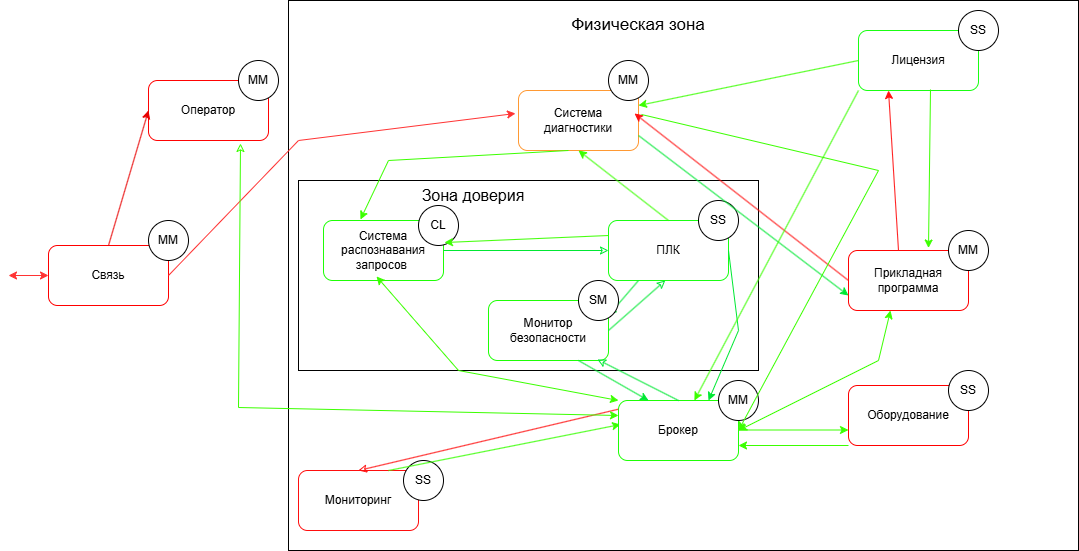
This is images/2chema-1.png from Alenka003/-_-1, a draw.io export, as it was before one commit. Source tidied: cells renumbered, new cells last; positions are measured from the earlier drawing's top-left corner, leaving out a move shared by most shapes.
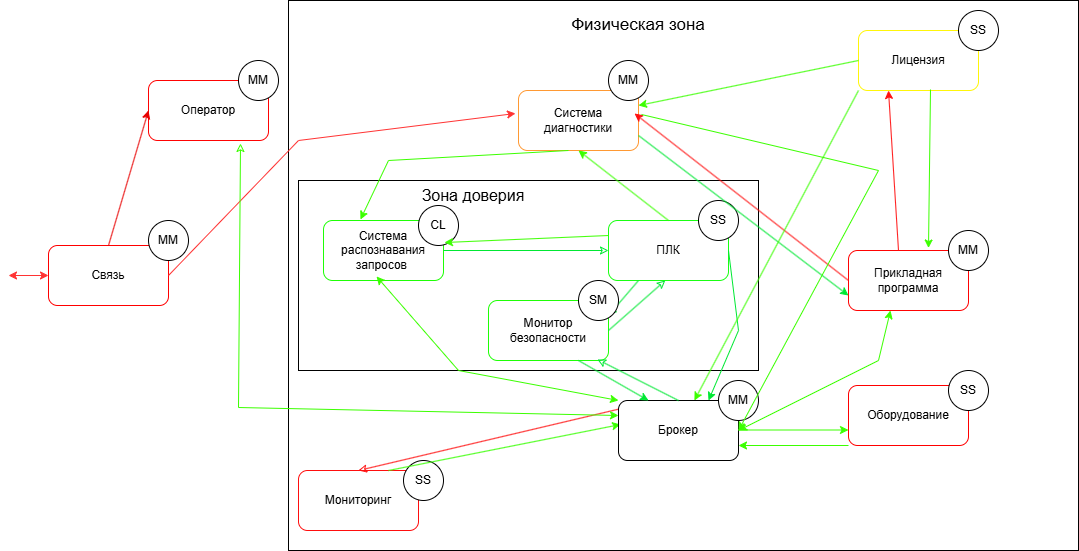
Later version of the same file.

Diff of the diagram source:
```diff
@@ -84,7 +84,7 @@
     <mxCell id="25" style="endArrow=classic;html=1;rounded=0;strokeColor=#3BFF00;entryX=1.008;entryY=0.367;entryDx=0;entryDy=0;entryPerimeter=0;exitX=0;exitY=0.25;exitDx=0;exitDy=0;" parent="1" edge="1" source="8" target="19">
       <mxGeometry relative="1" as="geometry" />
     </mxCell>
-    <mxCell id="26" value="Лицензия" style="rounded=1;whiteSpace=wrap;html=1;strokeColor=light-dark(#1AFF13,#FFB711);" parent="1" vertex="1">
+    <mxCell id="26" value="Лицензия" style="rounded=1;whiteSpace=wrap;html=1;strokeColor=light-dark(#FFF60A,#FFEA02);" parent="1" vertex="1">
       <mxGeometry x="850" y="30" width="120" height="60" as="geometry" />
     </mxCell>
     <mxCell id="27" style="endArrow=none;html=1;rounded=0;exitX=1;exitY=0.25;exitDx=0;exitDy=0;entryX=0;entryY=0.5;entryDx=0;entryDy=0;strokeColor=#3BFF00;startFill=1;startArrow=classic;" parent="1" edge="1" source="12" target="26">
@@ -135,7 +135,7 @@
         <mxPoint x="920" y="247.5" as="sourcePoint" />
       </mxGeometry>
     </mxCell>
-    <mxCell id="41" value="Брокер" style="rounded=1;whiteSpace=wrap;html=1;strokeColor=light-dark(#1FFF06,#FFCF0F);" parent="1" vertex="1">
+    <mxCell id="41" value="Брокер" style="rounded=1;whiteSpace=wrap;html=1;strokeColor=light-dark(#000000,#FFFF0F);" parent="1" vertex="1">
       <mxGeometry x="610" y="400" width="120" height="60" as="geometry" />
     </mxCell>
     <mxCell id="42" value="MM" style="ellipse;whiteSpace=wrap;html=1;" parent="1" vertex="1">
```
